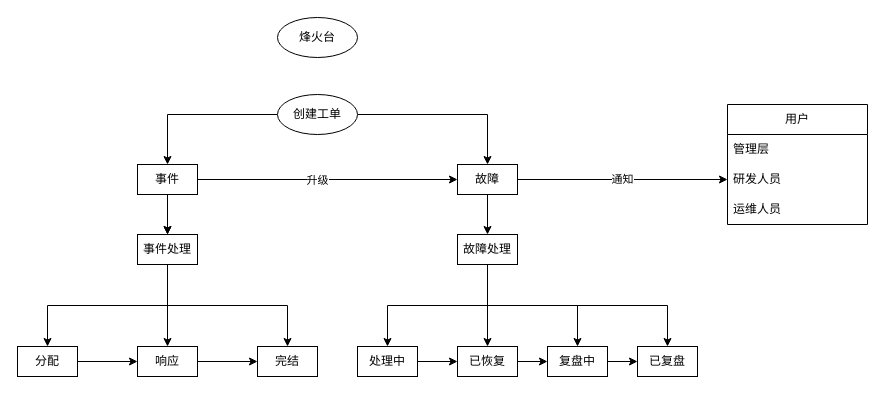
Before: resources/运维事件中心.drawio in buleice/-, a draw.io diagram. Source tidied: cells renumbered, new cells numbered last; positions are measured from the earlier drawing's top-left corner, leaving out a move shared by most shapes. Both pictures are drawn from the tidied source at 100%, with x=0, y=0 at pixel (17, 17).
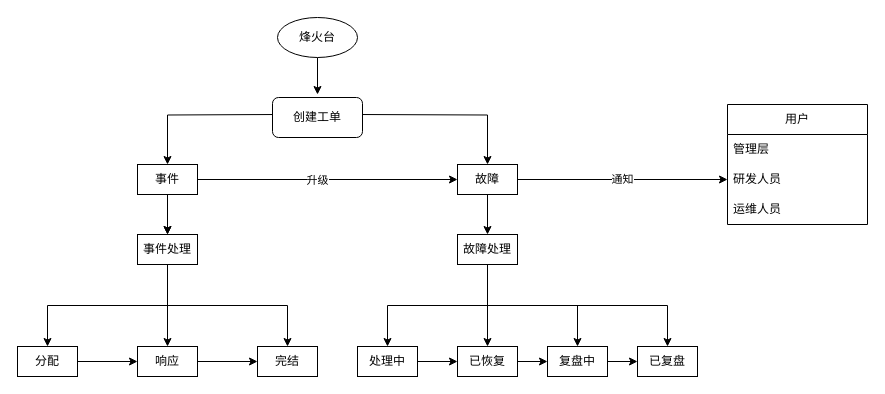
After the change.

Commit message (it also covers changes not shown here):
更新运维事件中心.drawio

Unchanged cells that the change refers to:
```xml
<mxCell id="7" value="事件" style="rounded=0;whiteSpace=wrap;html=1;" parent="1" vertex="1">
  <mxGeometry x="120" y="147" width="60" height="30" as="geometry" />
</mxCell>
<mxCell id="11" value="故障" style="rounded=0;whiteSpace=wrap;html=1;" parent="1" vertex="1">
  <mxGeometry x="440" y="147" width="60" height="30" as="geometry" />
</mxCell>
<mxCell id="28" value="烽火台" style="ellipse;whiteSpace=wrap;html=1;" parent="1" vertex="1">
  <mxGeometry x="260" width="80" height="40" as="geometry" />
</mxCell>
```

The edit, as a diff of the source:
```diff
@@
-    <mxCell id="2" style="edgeStyle=orthogonalEdgeStyle;rounded=0;jettySize=auto;html=1;exitX=0;exitY=0.5;exitDx=0;exitDy=0;entryX=0.5;entryY=0;entryDx=0;entryDy=0;" parent="1" edge="1" source="4" target="7">
-      <mxGeometry relative="1" as="geometry" />
+    <mxCell id="2" style="edgeStyle=orthogonalEdgeStyle;rounded=0;jettySize=auto;html=1;exitX=0;exitY=0.5;exitDx=0;exitDy=0;entryX=0.5;entryY=0;entryDx=0;entryDy=0;" parent="1" edge="1" target="7">
+      <mxGeometry relative="1" as="geometry">
+        <mxPoint x="260" y="97" as="sourcePoint" />
+      </mxGeometry>
     </mxCell>
-    <mxCell id="3" style="edgeStyle=orthogonalEdgeStyle;rounded=0;jettySize=auto;html=1;exitX=1;exitY=0.5;exitDx=0;exitDy=0;entryX=0.5;entryY=0;entryDx=0;entryDy=0;" parent="1" edge="1" source="4" target="11">
-      <mxGeometry relative="1" as="geometry" />
+    <mxCell id="3" style="edgeStyle=orthogonalEdgeStyle;rounded=0;jettySize=auto;html=1;exitX=1;exitY=0.5;exitDx=0;exitDy=0;entryX=0.5;entryY=0;entryDx=0;entryDy=0;" parent="1" edge="1" target="11">
+      <mxGeometry relative="1" as="geometry">
+        <mxPoint x="340" y="97" as="sourcePoint" />
+      </mxGeometry>
     </mxCell>
-    <mxCell id="4" value="创建工单" style="ellipse;whiteSpace=wrap;html=1;" parent="1" vertex="1">
-      <mxGeometry x="260" y="77" width="80" height="40" as="geometry" />
-    </mxCell>
@@
+    <mxCell id="40" style="edgeStyle=orthogonalEdgeStyle;rounded=0;jettySize=auto;html=1;exitX=0.5;exitY=1;exitDx=0;exitDy=0;entryX=0.5;entryY=0;entryDx=0;entryDy=0;" parent="1" edge="1" source="28">
+      <mxGeometry relative="1" as="geometry">
+        <mxPoint x="300" y="77" as="targetPoint" />
+      </mxGeometry>
+    </mxCell>
@@
+    <mxCell id="4" value="创建工单" style="rounded=1;whiteSpace=wrap;html=1;" parent="1" vertex="1">
+      <mxGeometry x="255" y="80" width="90" height="40" as="geometry" />
+    </mxCell>
```
